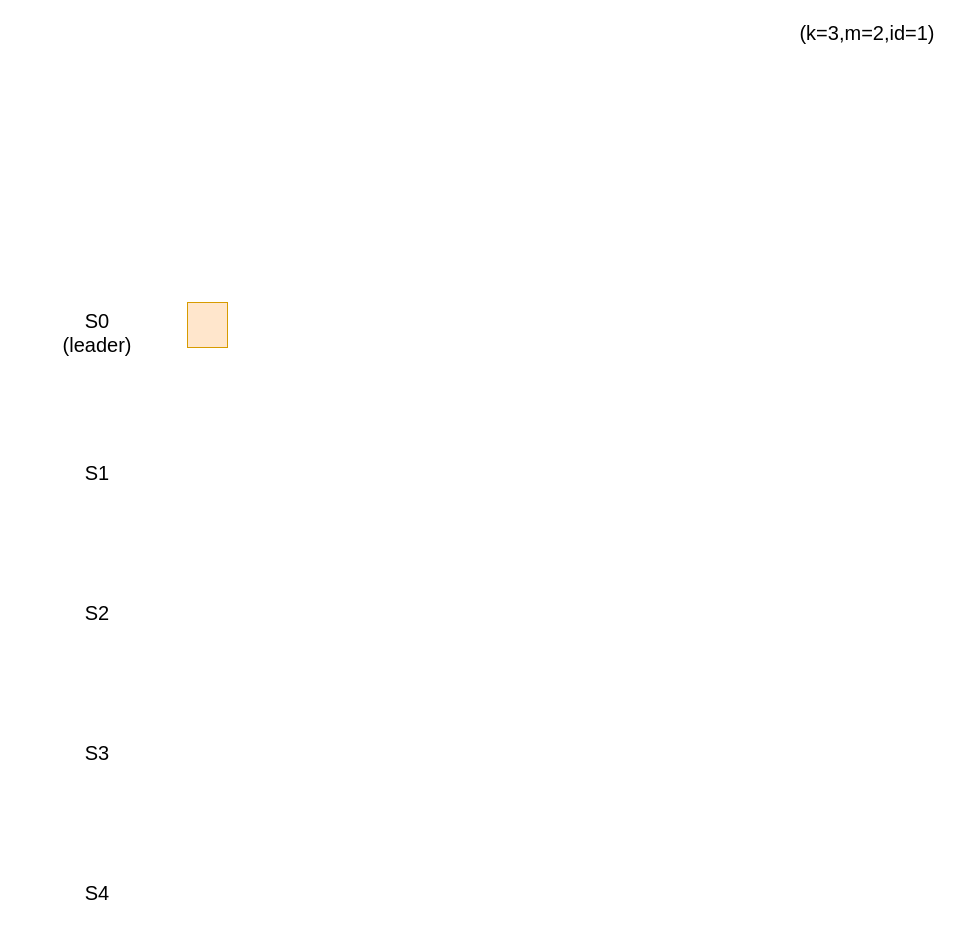
The draw.io diagram 未命名绘图.drawio in Holworth/DrawIO, before the edit. Source tidied: cells renumbered, new cells numbered last; positions are measured from the earlier drawing's top-left corner, leaving out a move shared by most shapes. Both pictures are drawn from the tidied source at 100%, with x=0, y=0 at pixel (17, 17).
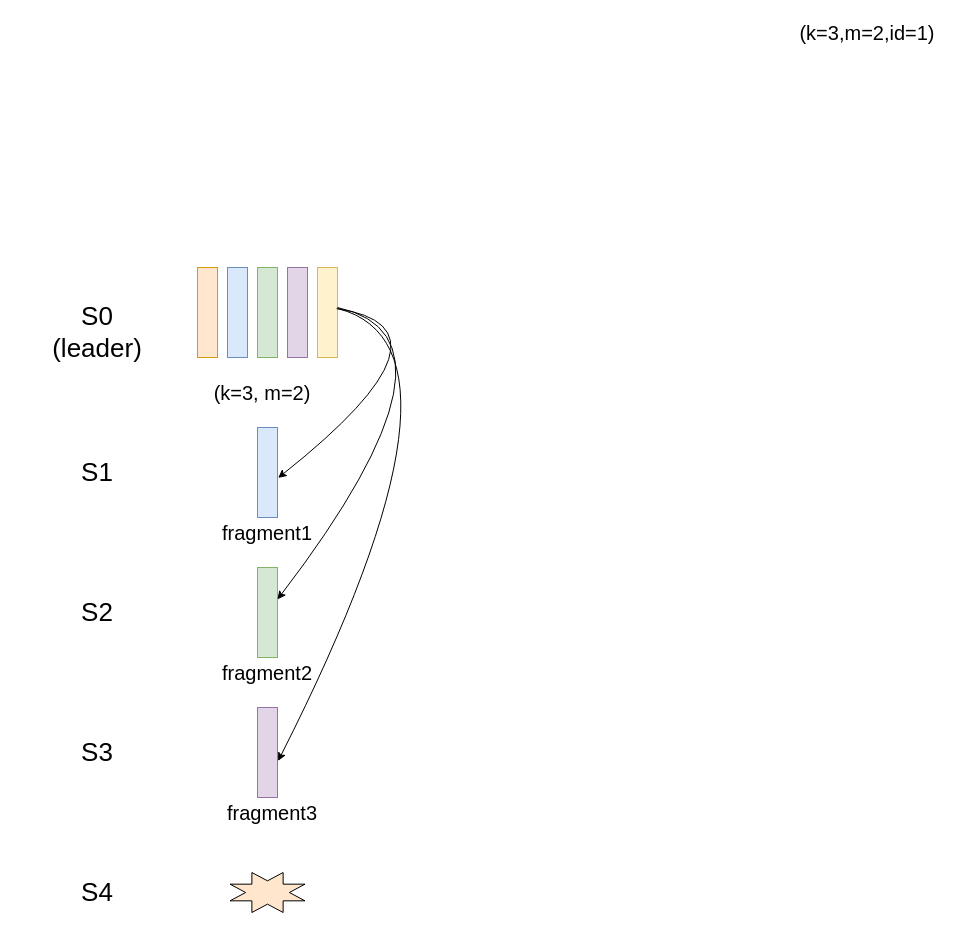
After the change.

Commit message (it also covers changes not shown here):
更新未命名绘图.drawio

Diff of the diagram source:
```diff
@@
-    <mxCell id="2" value="&lt;font style=&quot;font-size: 20px;&quot;&gt;S0 &lt;br&gt;(leader)&lt;/font&gt;" style="text;html=1;strokeColor=none;fillColor=none;align=center;verticalAlign=middle;whiteSpace=wrap;rounded=0;" parent="1" vertex="1">
+    <mxCell id="2" value="&lt;font style=&quot;font-size: 26px;&quot;&gt;S0 &lt;br&gt;(leader)&lt;/font&gt;" style="text;html=1;strokeColor=none;fillColor=none;align=center;verticalAlign=middle;whiteSpace=wrap;rounded=0;" parent="1" vertex="1">
       <mxGeometry y="300" width="160" height="30" as="geometry" />
     </mxCell>
-    <mxCell id="3" value="&lt;span style=&quot;font-size: 20px;&quot;&gt;S3&lt;/span&gt;" style="text;html=1;strokeColor=none;fillColor=none;align=center;verticalAlign=middle;whiteSpace=wrap;rounded=0;" parent="1" vertex="1">
+    <mxCell id="3" value="&lt;font style=&quot;font-size: 26px;&quot;&gt;S3&lt;/font&gt;" style="text;html=1;strokeColor=none;fillColor=none;align=center;verticalAlign=middle;whiteSpace=wrap;rounded=0;" parent="1" vertex="1">
       <mxGeometry y="720" width="160" height="30" as="geometry" />
     </mxCell>
-    <mxCell id="4" value="&lt;span style=&quot;font-size: 20px;&quot;&gt;S1&lt;/span&gt;" style="text;html=1;strokeColor=none;fillColor=none;align=center;verticalAlign=middle;whiteSpace=wrap;rounded=0;" parent="1" vertex="1">
+    <mxCell id="4" value="&lt;font style=&quot;font-size: 26px;&quot;&gt;S1&lt;/font&gt;" style="text;html=1;strokeColor=none;fillColor=none;align=center;verticalAlign=middle;whiteSpace=wrap;rounded=0;" parent="1" vertex="1">
       <mxGeometry y="440" width="160" height="30" as="geometry" />
     </mxCell>
-    <mxCell id="5" value="&lt;span style=&quot;font-size: 20px;&quot;&gt;S4&lt;/span&gt;" style="text;html=1;strokeColor=none;fillColor=none;align=center;verticalAlign=middle;whiteSpace=wrap;rounded=0;" parent="1" vertex="1">
+    <mxCell id="5" value="&lt;font style=&quot;font-size: 26px;&quot;&gt;S4&lt;/font&gt;" style="text;html=1;strokeColor=none;fillColor=none;align=center;verticalAlign=middle;whiteSpace=wrap;rounded=0;" parent="1" vertex="1">
       <mxGeometry y="860" width="160" height="30" as="geometry" />
     </mxCell>
-    <mxCell id="6" value="&lt;span style=&quot;font-size: 20px;&quot;&gt;S2&lt;/span&gt;" style="text;html=1;strokeColor=none;fillColor=none;align=center;verticalAlign=middle;whiteSpace=wrap;rounded=0;" parent="1" vertex="1">
+    <mxCell id="6" value="&lt;font style=&quot;font-size: 26px;&quot;&gt;S2&lt;/font&gt;" style="text;html=1;strokeColor=none;fillColor=none;align=center;verticalAlign=middle;whiteSpace=wrap;rounded=0;" parent="1" vertex="1">
       <mxGeometry y="580" width="160" height="30" as="geometry" />
     </mxCell>
     <mxCell id="7" style="rounded=0;whiteSpace=wrap;html=1;fontSize=20;fillColor=#FFE6CC;strokeColor=#d79b00;fillStyle=auto;" parent="1" vertex="1">
-      <mxGeometry x="170" y="285" width="40" height="45" as="geometry" />
+      <mxGeometry x="180" y="250" width="20" height="90" as="geometry" />
     </mxCell>
@@
+    <mxCell id="9" style="rounded=0;whiteSpace=wrap;html=1;fontSize=20;fillColor=#dae8fc;strokeColor=#6c8ebf;fillStyle=auto;" parent="1" vertex="1">
+      <mxGeometry x="210" y="250" width="20" height="90" as="geometry" />
+    </mxCell>
+    <mxCell id="10" style="rounded=0;whiteSpace=wrap;html=1;fontSize=20;fillColor=#d5e8d4;strokeColor=#82b366;fillStyle=auto;" parent="1" vertex="1">
+      <mxGeometry x="240" y="250" width="20" height="90" as="geometry" />
+    </mxCell>
+    <mxCell id="11" style="rounded=0;whiteSpace=wrap;html=1;fontSize=20;fillColor=#e1d5e7;strokeColor=#9673a6;fillStyle=auto;" parent="1" vertex="1">
+      <mxGeometry x="270" y="250" width="20" height="90" as="geometry" />
+    </mxCell>
+    <mxCell id="12" style="rounded=0;whiteSpace=wrap;html=1;fontSize=20;fillColor=#fff2cc;strokeColor=#d6b656;fillStyle=auto;" parent="1" vertex="1">
+      <mxGeometry x="300" y="250" width="20" height="90" as="geometry" />
+    </mxCell>
+    <mxCell id="13" value="(k=3, m=2)" style="text;html=1;strokeColor=none;fillColor=none;align=center;verticalAlign=middle;whiteSpace=wrap;rounded=0;fillStyle=auto;fontSize=20;" parent="1" vertex="1">
+      <mxGeometry x="180" y="360" width="130" height="30" as="geometry" />
+    </mxCell>
+    <mxCell id="14" style="rounded=0;whiteSpace=wrap;html=1;fontSize=20;fillColor=#dae8fc;strokeColor=#6c8ebf;fillStyle=auto;" parent="1" vertex="1">
+      <mxGeometry x="240" y="410" width="20" height="90" as="geometry" />
+    </mxCell>
+    <mxCell id="15" style="rounded=0;whiteSpace=wrap;html=1;fontSize=20;fillColor=#d5e8d4;strokeColor=#82b366;fillStyle=auto;" parent="1" vertex="1">
+      <mxGeometry x="240" y="550" width="20" height="90" as="geometry" />
+    </mxCell>
+    <mxCell id="16" style="rounded=0;whiteSpace=wrap;html=1;fontSize=20;fillColor=#e1d5e7;strokeColor=#9673a6;fillStyle=auto;" parent="1" vertex="1">
+      <mxGeometry x="240" y="690" width="20" height="90" as="geometry" />
+    </mxCell>
+    <mxCell id="17" value="fragment1" style="text;html=1;strokeColor=none;fillColor=none;align=center;verticalAlign=middle;whiteSpace=wrap;rounded=0;fillStyle=auto;fontSize=20;" parent="1" vertex="1">
+      <mxGeometry x="185" y="500" width="130" height="30" as="geometry" />
+    </mxCell>
+    <mxCell id="18" value="fragment2" style="text;html=1;strokeColor=none;fillColor=none;align=center;verticalAlign=middle;whiteSpace=wrap;rounded=0;fillStyle=auto;fontSize=20;" parent="1" vertex="1">
+      <mxGeometry x="185" y="640" width="130" height="30" as="geometry" />
+    </mxCell>
+    <mxCell id="19" value="fragment3" style="text;html=1;strokeColor=none;fillColor=none;align=center;verticalAlign=middle;whiteSpace=wrap;rounded=0;fillStyle=auto;fontSize=20;" parent="1" vertex="1">
+      <mxGeometry x="190" y="780" width="130" height="30" as="geometry" />
+    </mxCell>
+    <mxCell id="20" style="curved=1;endArrow=classic;html=1;rounded=0;fontSize=26;exitX=0.954;exitY=0.457;exitDx=0;exitDy=0;exitPerimeter=0;entryX=1.031;entryY=0.56;entryDx=0;entryDy=0;entryPerimeter=0;" parent="1" edge="1" source="12" target="14">
+      <mxGeometry relative="1" as="geometry">
+        <Array as="points">
+          <mxPoint x="450" y="310" />
+        </Array>
+      </mxGeometry>
+    </mxCell>
+    <mxCell id="21" style="curved=1;endArrow=classic;html=1;rounded=0;fontSize=26;" parent="1" edge="1" target="15">
+      <mxGeometry relative="1" as="geometry">
+        <mxPoint x="320" y="290" as="sourcePoint" />
+        <Array as="points">
+          <mxPoint x="460" y="320" />
+        </Array>
+      </mxGeometry>
+    </mxCell>
+    <mxCell id="22" style="curved=1;endArrow=classic;html=1;rounded=0;fontSize=26;exitX=1.031;exitY=0.457;exitDx=0;exitDy=0;exitPerimeter=0;entryX=1.031;entryY=0.594;entryDx=0;entryDy=0;entryPerimeter=0;" parent="1" edge="1" source="12" target="16">
+      <mxGeometry relative="1" as="geometry">
+        <Array as="points">
+          <mxPoint x="470" y="330" />
+        </Array>
+      </mxGeometry>
+    </mxCell>
+    <mxCell id="23" style="verticalLabelPosition=bottom;verticalAlign=top;html=1;shape=mxgraph.basic.8_point_star;fillStyle=auto;fontSize=26;fillColor=#FFE6CC;" parent="1" vertex="1">
+      <mxGeometry x="212.5" y="855" width="75" height="40" as="geometry" />
+    </mxCell>
```
